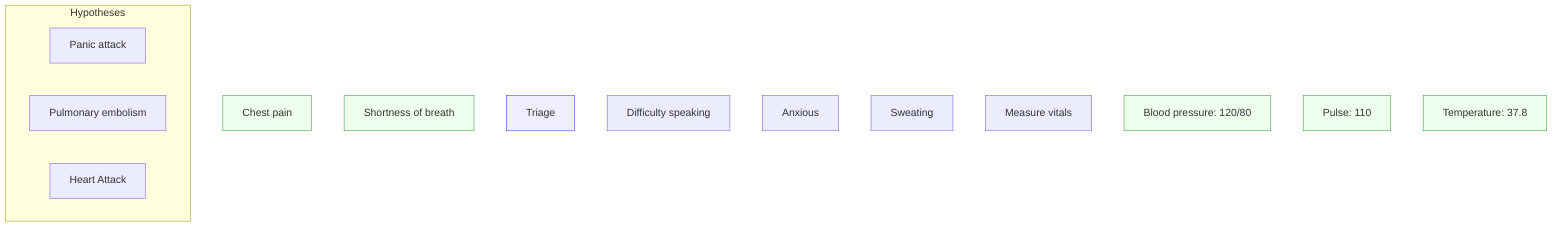
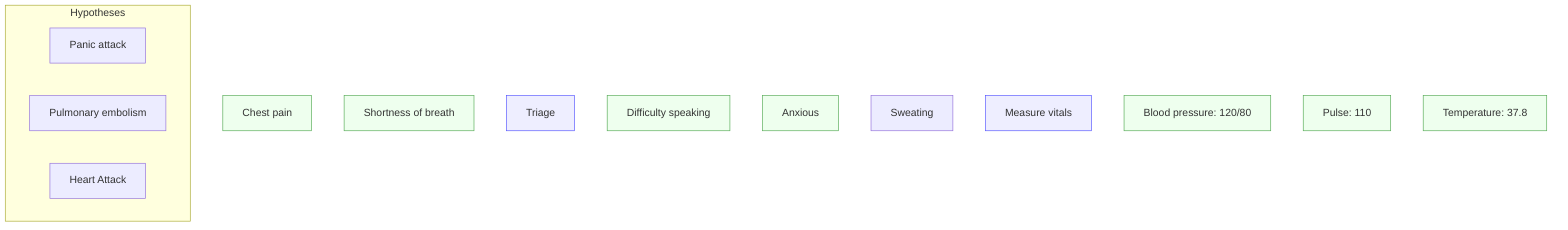
flowchart TD
  O1["Chest pain"]
  O2["Shortness of breath"]
  A1["Triage"]
  O6["Difficulty speaking"]
  O7["Anxious"]
  O8["Sweating"]
  A2["Measure vitals"]
  O3["Blood pressure: 120/80"]
  O4["Pulse: 110"]
  O5["Temperature: 37.8"]

  classDef obs fill:#efe,stroke:#5a5;
  classDef action fill:#eef,stroke:#55f;

  class O1 obs
  class O2 obs
  class O3 obs
  class O4 obs
  class O5 obs
+   class O6 obs
+   class O7 obs
  class A1 action
+   class A2 action

subgraph Hypotheses
  H1["Panic attack"]
  H2["Pulmonary embolism"]
  H3["Heart Attack"]
end

